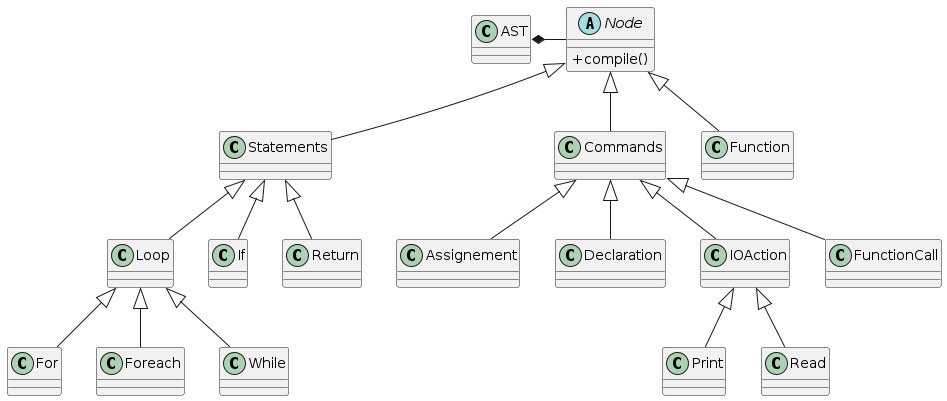
Earlier version of the PlantUML export ressources/diagrams/ast.png (drfailer/projet-zz2). Its diagram source:
```plantuml
@startuml
skinparam classAttributeIconSize 0

class AST {
}

AST *- Node

abstract class Node {
+compile()
}

Node <|-- Statements
Node <|-- Commands
Node <|-- Function

Commands <|-- Assignement
Commands <|-- Declaration
Commands <|-- IOAction
Commands <|-- FunctionCall

Statements <|-- Loop
Statements <|-- If
Statements <|-- Return

Loop <|-- For
Loop <|-- Foreach
Loop <|-- While

IOAction <|-- Print
IOAction <|-- Read
@enduml
```
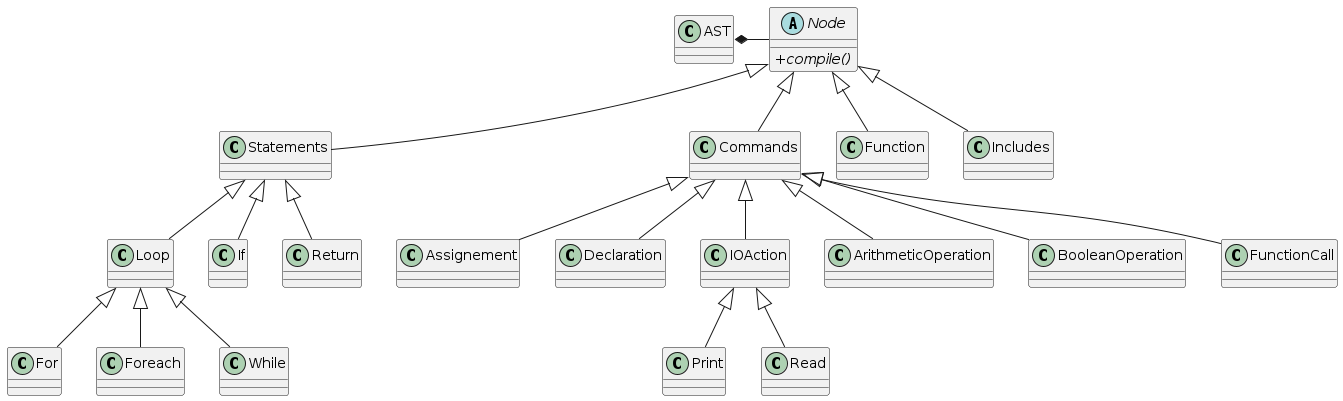
After the commit.

Commit message:
diagrams on symbol talbe

Change to the diagram source:
```diff
@@ -7,16 +7,19 @@
 AST *- Node
 
 abstract class Node {
-+compile()
++ {abstract} compile()
 }
 
 Node <|-- Statements
 Node <|-- Commands
 Node <|-- Function
+Node <|-- Includes
 
 Commands <|-- Assignement
 Commands <|-- Declaration
 Commands <|-- IOAction
+Commands <|-- ArithmeticOperation
+Commands <|-- BooleanOperation
 Commands <|-- FunctionCall
 
 Statements <|-- Loop
```
